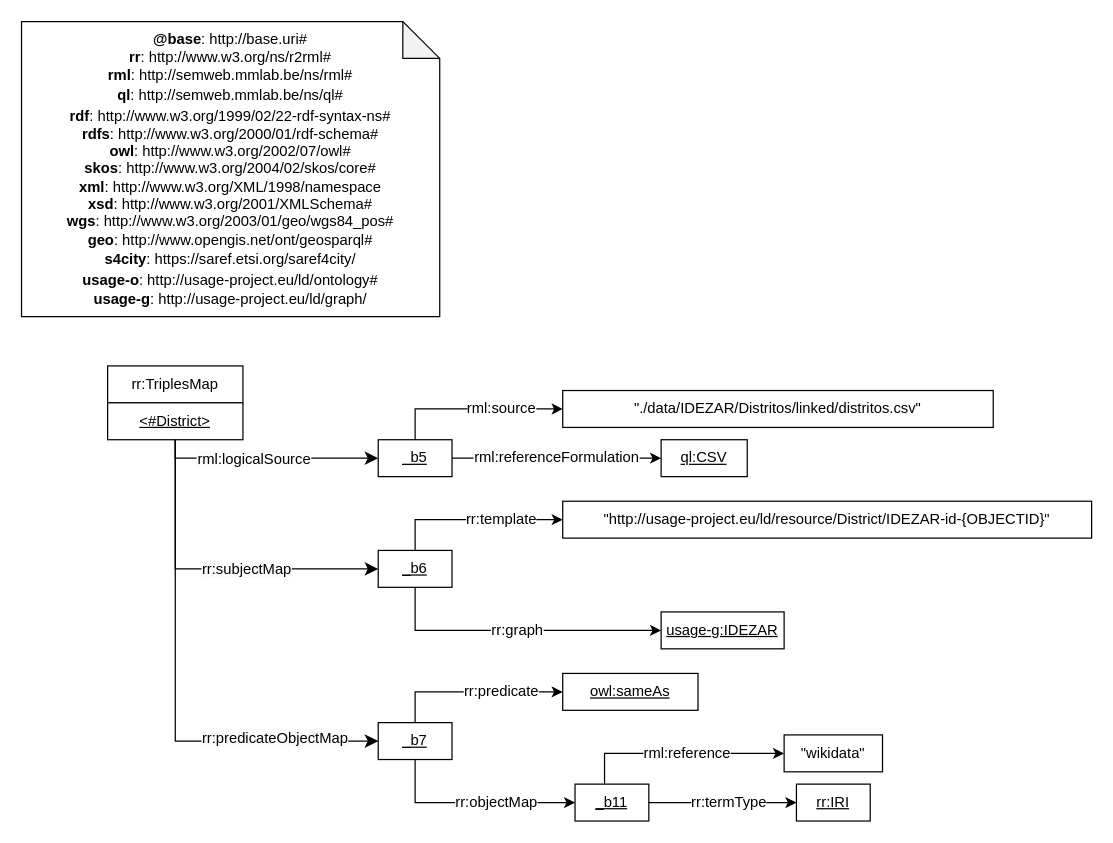
OnToologyUser/ZGZ_ghg_emissions_knowledge_graph keeps this draw.io diagram as linking/IDEZAR/Distritos/linking_mapping.drawio. Above is the earlier version. Source tidied: cells renumbered, new cells numbered last; positions are measured from the earlier drawing's top-left corner, leaving out a move shared by most shapes. Both pictures are drawn from the tidied source at 123%, with x=0, y=0 at pixel (21, 21).
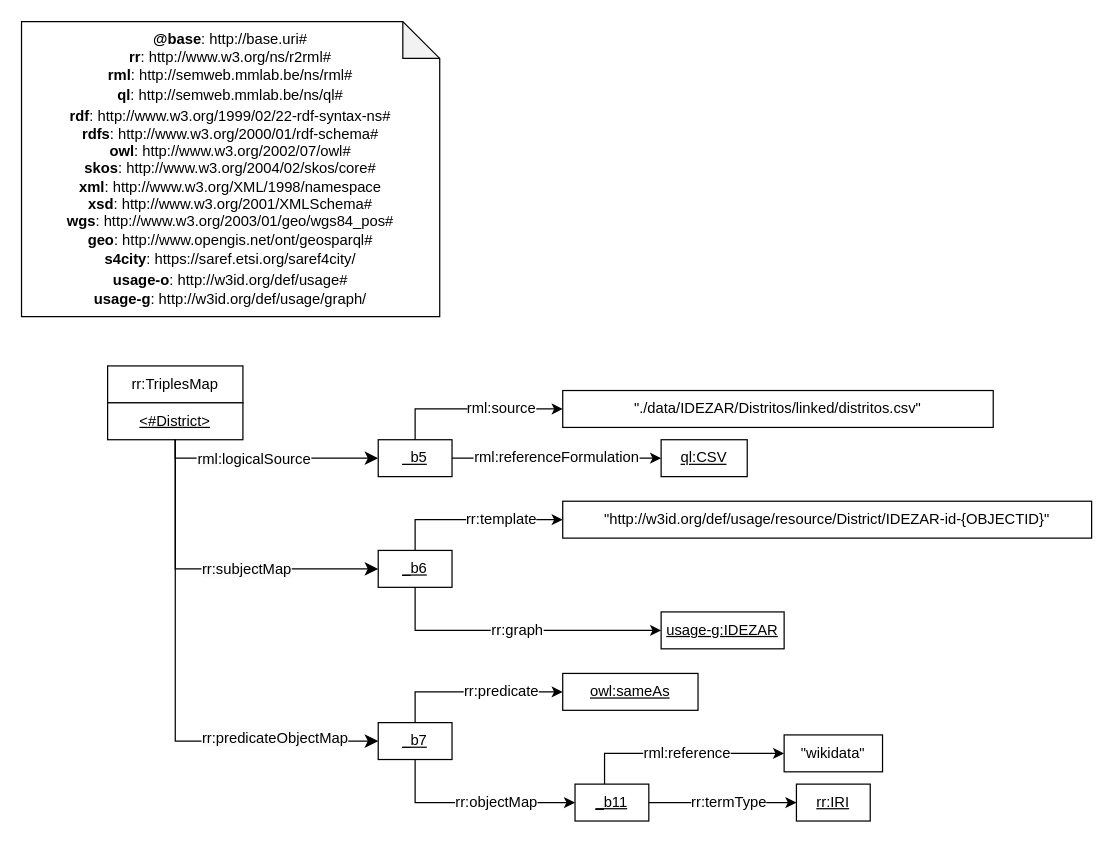
The same page after the edit.

Change to the diagram source:
```diff
@@
-    <mxCell id="2" value="&lt;div&gt;&lt;b&gt;@base&lt;/b&gt;: http://base.uri#&lt;/div&gt;&lt;div&gt;&lt;b style=&quot;background-color: initial;&quot;&gt;rr&lt;/b&gt;&lt;span style=&quot;background-color: initial;&quot;&gt;: http://www.w3.org/ns/r2rml#&lt;/span&gt;&lt;br&gt;&lt;/div&gt;&lt;div&gt;&lt;div style=&quot;border-color: var(--border-color);&quot;&gt;&lt;b&gt;rml&lt;/b&gt;: http://semweb.mmlab.be/ns/rml#&lt;/div&gt;&lt;div style=&quot;border-color: var(--border-color);&quot;&gt;&lt;div style=&quot;line-height: 19px;&quot;&gt;&lt;div style=&quot;&quot;&gt;&lt;b&gt;ql&lt;/b&gt;: http://semweb.mmlab.be/ns/ql#&lt;/div&gt;&lt;div style=&quot;&quot;&gt;&lt;/div&gt;&lt;/div&gt;&lt;/div&gt;&lt;div style=&quot;border-color: var(--border-color);&quot;&gt;&lt;b&gt;rdf&lt;/b&gt;: http://www.w3.org/1999/02/22-rdf-syntax-ns#&lt;/div&gt;&lt;div style=&quot;border-color: var(--border-color);&quot;&gt;&lt;b&gt;rdfs&lt;/b&gt;: http://www.w3.org/2000/01/rdf-schema#&lt;/div&gt;&lt;div style=&quot;border-color: var(--border-color);&quot;&gt;&lt;span style=&quot;background-color: initial;&quot;&gt;&lt;b&gt;owl&lt;/b&gt;: http://www.w3.org/2002/07/owl#&lt;/span&gt;&lt;br&gt;&lt;/div&gt;&lt;div style=&quot;border-color: var(--border-color);&quot;&gt;&lt;b&gt;skos&lt;/b&gt;: http://www.w3.org/2004/02/skos/core#&lt;/div&gt;&lt;div style=&quot;border-color: var(--border-color);&quot;&gt;&lt;b&gt;xml&lt;/b&gt;: http://www.w3.org/XML/1998/namespace&lt;/div&gt;&lt;div style=&quot;border-color: var(--border-color);&quot;&gt;&lt;b&gt;xsd&lt;/b&gt;: http://www.w3.org/2001/XMLSchema#&lt;/div&gt;&lt;div style=&quot;border-color: var(--border-color);&quot;&gt;&lt;span style=&quot;background-color: initial;&quot;&gt;&lt;b&gt;wgs&lt;/b&gt;: http://www.w3.org/2003/01/geo/wgs84_pos#&lt;/span&gt;&lt;br&gt;&lt;/div&gt;&lt;div style=&quot;border-color: var(--border-color);&quot;&gt;&lt;b style=&quot;background-color: initial;&quot;&gt;geo&lt;/b&gt;&lt;span style=&quot;background-color: initial;&quot;&gt;: http://www.opengis.net/ont/geosparql#&lt;/span&gt;&lt;br&gt;&lt;/div&gt;&lt;div style=&quot;border-color: var(--border-color);&quot;&gt;&lt;div style=&quot;line-height: 19px;&quot;&gt;&lt;b&gt;s4city&lt;/b&gt;: https://saref.etsi.org/saref4city/&lt;/div&gt;&lt;/div&gt;&lt;div style=&quot;border-color: var(--border-color);&quot;&gt;&lt;div style=&quot;border-color: var(--border-color);&quot;&gt;&lt;b style=&quot;border-color: var(--border-color);&quot;&gt;usage-o&lt;/b&gt;: http://usage-project.eu/ld/ontology#&lt;/div&gt;&lt;/div&gt;&lt;div style=&quot;border-color: var(--border-color);&quot;&gt;&lt;span style=&quot;background-color: initial;&quot;&gt;&lt;b&gt;usage-g&lt;/b&gt;: http://usage-project.eu/ld/graph/&lt;/span&gt;&lt;br&gt;&lt;/div&gt;&lt;/div&gt;" style="shape=note;whiteSpace=wrap;html=1;backgroundOutline=1;darkOpacity=0.05;" parent="1" vertex="1">
+    <mxCell id="2" value="&lt;div&gt;&lt;b&gt;@base&lt;/b&gt;: http://base.uri#&lt;/div&gt;&lt;div&gt;&lt;b style=&quot;background-color: initial;&quot;&gt;rr&lt;/b&gt;&lt;span style=&quot;background-color: initial;&quot;&gt;: http://www.w3.org/ns/r2rml#&lt;/span&gt;&lt;br&gt;&lt;/div&gt;&lt;div&gt;&lt;div style=&quot;border-color: var(--border-color);&quot;&gt;&lt;b&gt;rml&lt;/b&gt;: http://semweb.mmlab.be/ns/rml#&lt;/div&gt;&lt;div style=&quot;border-color: var(--border-color);&quot;&gt;&lt;div style=&quot;line-height: 19px;&quot;&gt;&lt;div style=&quot;&quot;&gt;&lt;b&gt;ql&lt;/b&gt;: http://semweb.mmlab.be/ns/ql#&lt;/div&gt;&lt;div style=&quot;&quot;&gt;&lt;/div&gt;&lt;/div&gt;&lt;/div&gt;&lt;div style=&quot;border-color: var(--border-color);&quot;&gt;&lt;b&gt;rdf&lt;/b&gt;: http://www.w3.org/1999/02/22-rdf-syntax-ns#&lt;/div&gt;&lt;div style=&quot;border-color: var(--border-color);&quot;&gt;&lt;b&gt;rdfs&lt;/b&gt;: http://www.w3.org/2000/01/rdf-schema#&lt;/div&gt;&lt;div style=&quot;border-color: var(--border-color);&quot;&gt;&lt;span style=&quot;background-color: initial;&quot;&gt;&lt;b&gt;owl&lt;/b&gt;: http://www.w3.org/2002/07/owl#&lt;/span&gt;&lt;br&gt;&lt;/div&gt;&lt;div style=&quot;border-color: var(--border-color);&quot;&gt;&lt;b&gt;skos&lt;/b&gt;: http://www.w3.org/2004/02/skos/core#&lt;/div&gt;&lt;div style=&quot;border-color: var(--border-color);&quot;&gt;&lt;b&gt;xml&lt;/b&gt;: http://www.w3.org/XML/1998/namespace&lt;/div&gt;&lt;div style=&quot;border-color: var(--border-color);&quot;&gt;&lt;b&gt;xsd&lt;/b&gt;: http://www.w3.org/2001/XMLSchema#&lt;/div&gt;&lt;div style=&quot;border-color: var(--border-color);&quot;&gt;&lt;span style=&quot;background-color: initial;&quot;&gt;&lt;b&gt;wgs&lt;/b&gt;: http://www.w3.org/2003/01/geo/wgs84_pos#&lt;/span&gt;&lt;br&gt;&lt;/div&gt;&lt;div style=&quot;border-color: var(--border-color);&quot;&gt;&lt;b style=&quot;background-color: initial;&quot;&gt;geo&lt;/b&gt;&lt;span style=&quot;background-color: initial;&quot;&gt;: http://www.opengis.net/ont/geosparql#&lt;/span&gt;&lt;br&gt;&lt;/div&gt;&lt;div style=&quot;border-color: var(--border-color);&quot;&gt;&lt;div style=&quot;line-height: 19px;&quot;&gt;&lt;b&gt;s4city&lt;/b&gt;: https://saref.etsi.org/saref4city/&lt;/div&gt;&lt;/div&gt;&lt;div style=&quot;border-color: var(--border-color);&quot;&gt;&lt;div style=&quot;border-color: var(--border-color);&quot;&gt;&lt;b style=&quot;border-color: var(--border-color);&quot;&gt;usage-o&lt;/b&gt;: http://w3id.org/def/usage#&lt;/div&gt;&lt;/div&gt;&lt;div style=&quot;border-color: var(--border-color);&quot;&gt;&lt;span style=&quot;background-color: initial;&quot;&gt;&lt;b&gt;usage-g&lt;/b&gt;: http://w3id.org/def/usage/graph/&lt;/span&gt;&lt;br&gt;&lt;/div&gt;&lt;/div&gt;" style="shape=note;whiteSpace=wrap;html=1;backgroundOutline=1;darkOpacity=0.05;" parent="1" vertex="1">
       <mxGeometry width="340" height="240" as="geometry" />
     </mxCell>
@@
-    <mxCell id="16" value="&quot;http://usage-project.eu/ld/resource/District/IDEZAR-id-{OBJECTID}&quot;" style="rounded=0;whiteSpace=wrap;html=1;snapToPoint=1;" parent="1" vertex="1">
+    <mxCell id="16" value="&quot;http://w3id.org/def/usage/resource/District/IDEZAR-id-{OBJECTID}&quot;" style="rounded=0;whiteSpace=wrap;html=1;snapToPoint=1;" parent="1" vertex="1">
       <mxGeometry x="440" y="390" width="430" height="30" as="geometry" />
     </mxCell>
```
